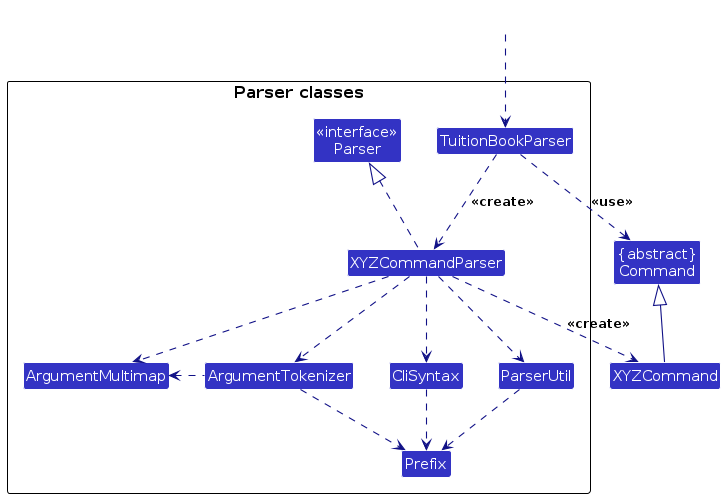
The PlantUML diagram diagrams/ParserClasses.png in AY2627S1-CS2103T-T16-2/tp, before a commit. Its source is kept beside it as diagrams/ParserClasses.puml. Source of this version:
```plantuml
@startuml
!include style.puml
skinparam arrowThickness 1.1
skinparam arrowColor LOGIC_COLOR_T4
skinparam classBackgroundColor LOGIC_COLOR

Class "{abstract}\nCommand" as Command
Class XYZCommand

package "Parser classes"{
Class "<<interface>>\nParser" as Parser
Class TuitionBookParser
Class XYZCommandParser
Class CliSyntax
Class ParserUtil
Class ArgumentMultimap
Class ArgumentTokenizer
Class Prefix
}

Class HiddenOutside #FFFFFF
HiddenOutside ..> TuitionBookParser

TuitionBookParser .down.> XYZCommandParser: <<create>>

XYZCommandParser ..> XYZCommand : <<create>>
TuitionBookParser ..> Command : <<use>>
XYZCommandParser .up.|> Parser
XYZCommandParser ..> ArgumentMultimap
XYZCommandParser ..> ArgumentTokenizer
ArgumentTokenizer .left.> ArgumentMultimap
XYZCommandParser ..> CliSyntax
CliSyntax ..> Prefix
XYZCommandParser ..> ParserUtil
ParserUtil .down.> Prefix
ArgumentTokenizer .down.> Prefix
XYZCommand -up-|> Command
@enduml
```
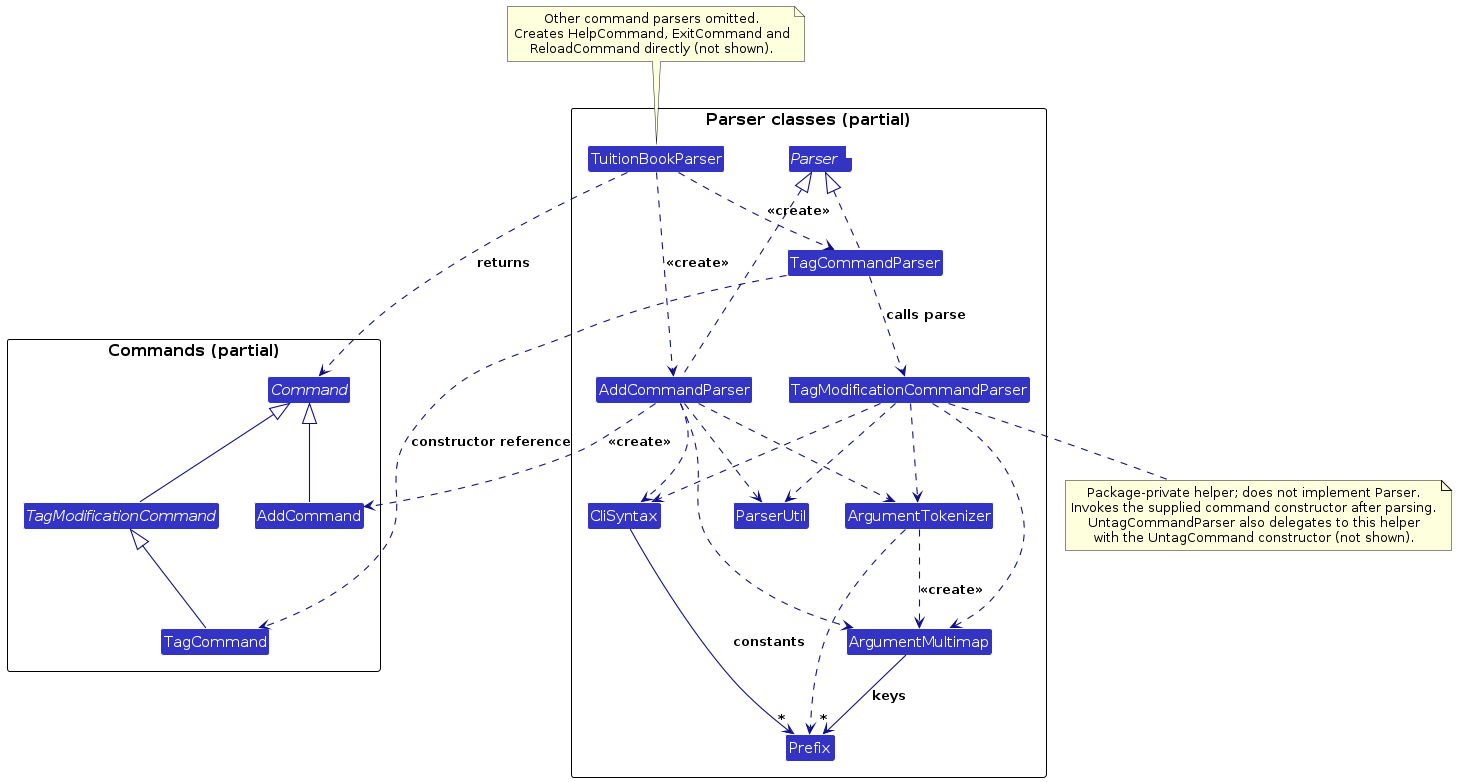
Above is the later version.

The edit, as a diff of the source:
```diff
@@ -4,35 +4,65 @@
 skinparam arrowColor LOGIC_COLOR_T4
 skinparam classBackgroundColor LOGIC_COLOR
 
-Class "{abstract}\nCommand" as Command
-Class XYZCommand
-
-package "Parser classes"{
-Class "<<interface>>\nParser" as Parser
-Class TuitionBookParser
-Class XYZCommandParser
-Class CliSyntax
-Class ParserUtil
-Class ArgumentMultimap
-Class ArgumentTokenizer
-Class Prefix
+package "Commands (partial)" {
+abstract class Command
+class AddCommand
+abstract class TagModificationCommand
+class TagCommand
 }
 
-Class HiddenOutside #FFFFFF
-HiddenOutside ..> TuitionBookParser
+package "Parser classes (partial)" {
+interface "Parser<T>" as Parser
+class TuitionBookParser
+class AddCommandParser
+class TagCommandParser
+class TagModificationCommandParser
+class CliSyntax
+class ParserUtil
+class ArgumentMultimap
+class ArgumentTokenizer
+class Prefix
+}
 
-TuitionBookParser .down.> XYZCommandParser: <<create>>
+TuitionBookParser .down.> AddCommandParser : <<create>>
+TuitionBookParser .down.> TagCommandParser : <<create>>
+TuitionBookParser ..> Command : returns
 
-XYZCommandParser ..> XYZCommand : <<create>>
-TuitionBookParser ..> Command : <<use>>
-XYZCommandParser .up.|> Parser
-XYZCommandParser ..> ArgumentMultimap
-XYZCommandParser ..> ArgumentTokenizer
-ArgumentTokenizer .left.> ArgumentMultimap
-XYZCommandParser ..> CliSyntax
-CliSyntax ..> Prefix
-XYZCommandParser ..> ParserUtil
-ParserUtil .down.> Prefix
-ArgumentTokenizer .down.> Prefix
-XYZCommand -up-|> Command
+AddCommandParser .up.|> Parser
+TagCommandParser .up.|> Parser
+
+AddCommandParser ..> AddCommand : <<create>>
+TagCommandParser ..> TagCommand : constructor reference
+AddCommand -up-|> Command
+TagModificationCommand -up-|> Command
+TagCommand -up-|> TagModificationCommand
+
+TagCommandParser ..> TagModificationCommandParser : calls parse
+
+AddCommandParser ..> ArgumentMultimap
+AddCommandParser ..> ArgumentTokenizer
+AddCommandParser ..> CliSyntax
+AddCommandParser ..> ParserUtil
+TagModificationCommandParser ..> ArgumentMultimap
+TagModificationCommandParser ..> ArgumentTokenizer
+TagModificationCommandParser ..> CliSyntax
+TagModificationCommandParser ..> ParserUtil
+
+ArgumentTokenizer ..> ArgumentMultimap : <<create>>
+ArgumentTokenizer ..> Prefix
+ArgumentMultimap --> "*" Prefix : keys
+CliSyntax --> "*" Prefix : constants
+
+note bottom of TagModificationCommandParser
+  Package-private helper; does not implement Parser.
+  Invokes the supplied command constructor after parsing.
+  UntagCommandParser also delegates to this helper
+  with the UntagCommand constructor (not shown).
+end note
+
+note top of TuitionBookParser
+  Other command parsers omitted.
+  Creates HelpCommand, ExitCommand and
+  ReloadCommand directly (not shown).
+end note
 @enduml
```
